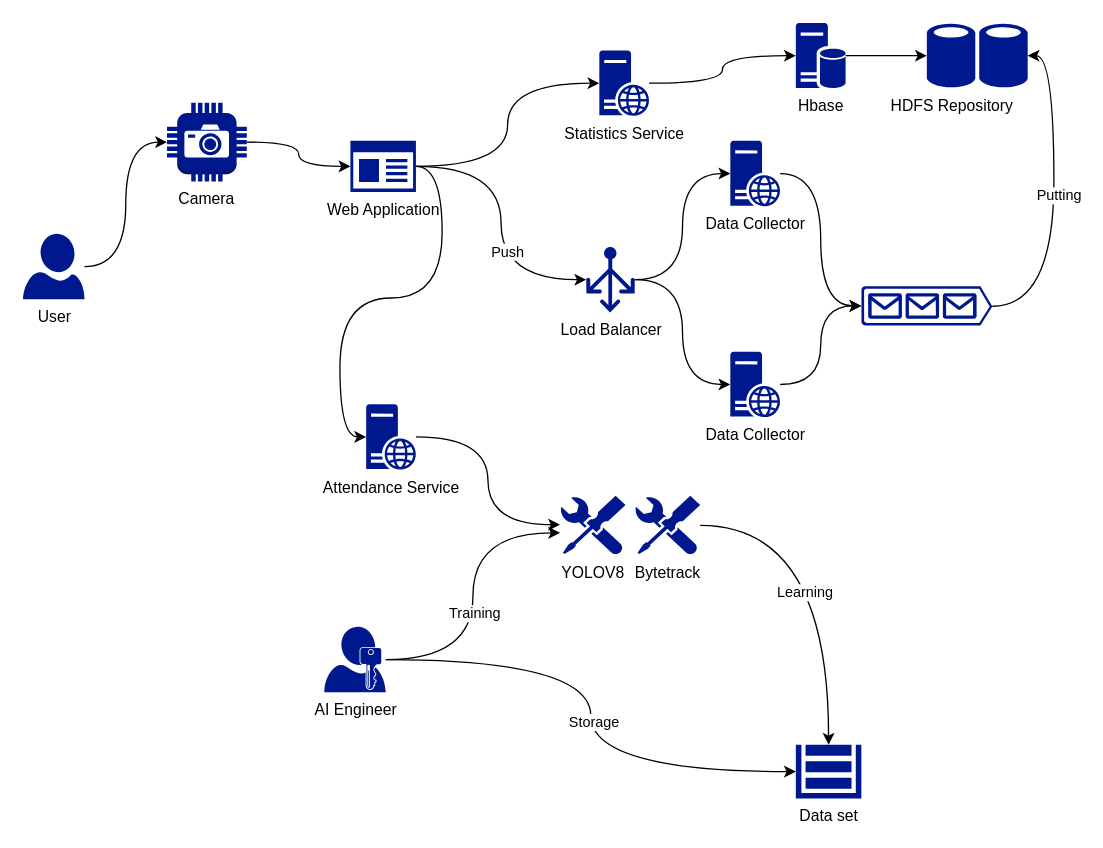
The draw.io diagram map/bigdata-course-pic1.drawio in msqtt/Sources, before the edit. Source tidied: cells renumbered, new cells numbered last; positions are measured from the earlier drawing's top-left corner, leaving out a move shared by most shapes. Both pictures are drawn from the tidied source at 131%, with x=0, y=0 at pixel (22, 22).
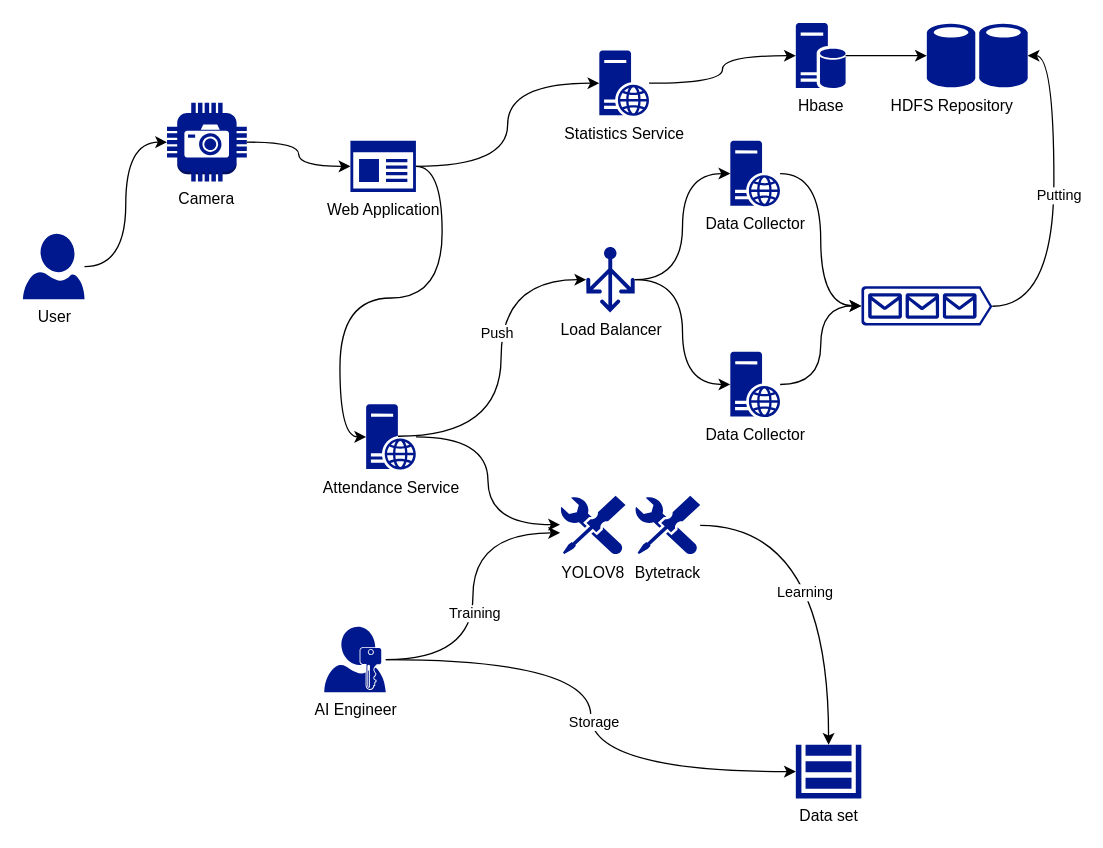
The same page after the edit.

Unchanged cells that the change refers to:
```xml
<mxCell id="2" value="Web Application" style="sketch=0;shadow=0;dashed=0;html=1;strokeColor=none;labelPosition=center;verticalLabelPosition=bottom;verticalAlign=top;align=center;fillColor=#00188D;shape=mxgraph.mscae.enterprise.app_generic;" parent="1" vertex="1">
  <mxGeometry x="250" y="90" width="50" height="39" as="geometry" />
</mxCell>
<mxCell id="9" value="&lt;div&gt;Load Balancer&lt;/div&gt;" style="sketch=0;shadow=0;dashed=0;html=1;strokeColor=none;labelPosition=center;verticalLabelPosition=bottom;verticalAlign=top;align=center;fillColor=#00188D;shape=mxgraph.azure.load_balancer_generic;" parent="1" vertex="1">
  <mxGeometry x="430" y="171" width="37" height="50" as="geometry" />
</mxCell>
<mxCell id="15" value="&lt;a&gt;Attendance &lt;/a&gt;Service" style="sketch=0;shadow=0;dashed=0;html=1;strokeColor=none;labelPosition=center;verticalLabelPosition=bottom;verticalAlign=top;align=center;fillColor=#00188D;shape=mxgraph.mscae.enterprise.web_server;" parent="1" vertex="1">
  <mxGeometry x="262" y="291" width="38" height="50" as="geometry" />
</mxCell>
```

The edit, as a diff of the source:
```diff
@@
-    <mxCell id="12" style="edgeStyle=orthogonalEdgeStyle;rounded=0;jettySize=auto;html=1;entryX=0;entryY=0.5;entryDx=0;entryDy=0;entryPerimeter=0;curved=1;" parent="1" edge="1" source="2" target="9">
+    <mxCell id="12" style="edgeStyle=orthogonalEdgeStyle;rounded=0;jettySize=auto;html=1;entryX=0;entryY=0.5;entryDx=0;entryDy=0;entryPerimeter=0;curved=1;exitX=0.64;exitY=0.49;exitDx=0;exitDy=0;exitPerimeter=0;" parent="1" edge="1" source="15" target="9">
       <mxGeometry relative="1" as="geometry" />
     </mxCell>
```
